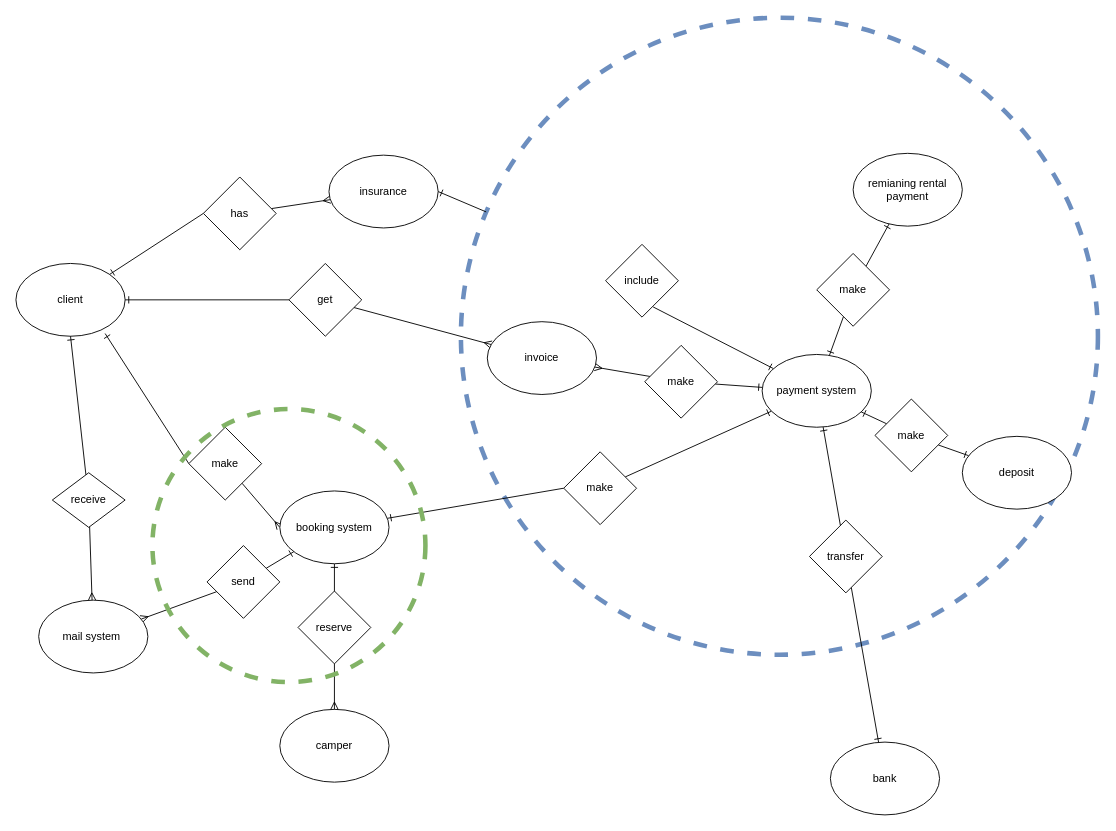
Fei-D20/The_Autocamper_rental_business keeps this draw.io diagram as page "ER" (1 of 2) of Document/Diagram/ER_DiagramCamper.drawio. Above is the earlier version. Source tidied: cells renumbered, new cells numbered last; positions are measured from the earlier drawing's top-left corner, leaving out a move shared by most shapes. Both pictures are drawn from the tidied source at 91%, with x=0, y=0 at pixel (15, 17).
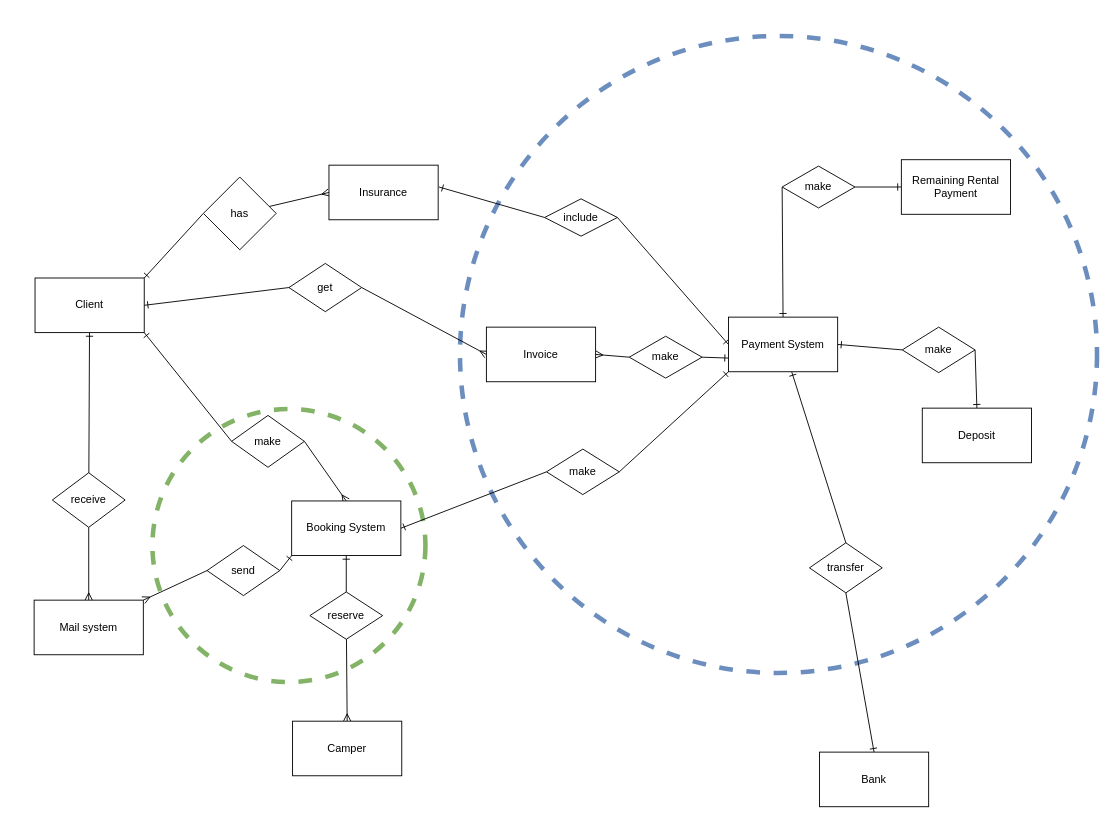
Above is the later version.

Unchanged cells that the change refers to:
```xml
<mxCell id="18" value="has" style="rhombus;whiteSpace=wrap;html=1;" parent="1" vertex="1">
  <mxGeometry x="206" y="175" width="80" height="80" as="geometry" />
</mxCell>
<mxCell id="48" value="receive" style="rhombus;whiteSpace=wrap;html=1;" parent="1" vertex="1">
  <mxGeometry x="40" y="500" width="80" height="60" as="geometry" />
</mxCell>
```

Change to the diagram source:
```diff
@@
     <mxCell id="2" style="ellipse;whiteSpace=wrap;html=1;strokeColor=#6c8ebf;fillColor=none;dashed=1;strokeWidth=5;" parent="1" vertex="1">
-      <mxGeometry x="489" width="700" height="700" as="geometry" />
+      <mxGeometry x="488" y="20" width="700" height="700" as="geometry" />
     </mxCell>
+    <mxCell id="49" style="ellipse;whiteSpace=wrap;html=1;dashed=1;strokeWidth=5;strokeColor=#82b366;fillColor=none;" parent="1" vertex="1">
+      <mxGeometry x="150" y="430" width="300" height="300" as="geometry" />
+    </mxCell>
-    <mxCell id="3" style="edgeStyle=none;rounded=0;jettySize=auto;html=1;entryX=0;entryY=0.5;entryDx=0;entryDy=0;startArrow=ERone;startFill=0;endArrow=none;endFill=0;exitX=0.817;exitY=0.963;exitDx=0;exitDy=0;exitPerimeter=0;" parent="1" edge="1" source="12" target="5">
+    <mxCell id="3" style="edgeStyle=none;rounded=0;jettySize=auto;html=1;entryX=0;entryY=0.5;entryDx=0;entryDy=0;startArrow=ERone;startFill=0;endArrow=none;endFill=0;exitX=1;exitY=1;exitDx=0;exitDy=0;" parent="1" edge="1" source="50" target="5">
       <mxGeometry relative="1" as="geometry" />
     </mxCell>
-    <mxCell id="4" style="edgeStyle=none;rounded=0;jettySize=auto;html=1;entryX=0;entryY=0.5;entryDx=0;entryDy=0;endArrow=ERmany;endFill=0;" parent="1" edge="1" source="5" target="8">
+    <mxCell id="4" style="edgeStyle=none;rounded=0;jettySize=auto;html=1;entryX=0.5;entryY=0;entryDx=0;entryDy=0;endArrow=ERmany;endFill=0;exitX=1;exitY=0.5;exitDx=0;exitDy=0;" parent="1" edge="1" source="5" target="53">
       <mxGeometry relative="1" as="geometry" />
     </mxCell>
     <mxCell id="5" value="make" style="rhombus;whiteSpace=wrap;html=1;" parent="1" vertex="1">
-      <mxGeometry x="190" y="450" width="80" height="80" as="geometry" />
+      <mxGeometry x="237" y="437" width="80" height="57" as="geometry" />
     </mxCell>
-    <mxCell id="6" style="edgeStyle=none;rounded=0;jettySize=auto;html=1;entryX=0;entryY=0.5;entryDx=0;entryDy=0;startArrow=ERone;startFill=0;endArrow=none;endFill=0;" parent="1" edge="1" source="8" target="10">
+    <mxCell id="6" style="edgeStyle=none;rounded=0;jettySize=auto;html=1;entryX=0;entryY=0.5;entryDx=0;entryDy=0;startArrow=ERone;startFill=0;endArrow=none;endFill=0;exitX=1;exitY=0.5;exitDx=0;exitDy=0;" parent="1" edge="1" source="53" target="10">
       <mxGeometry relative="1" as="geometry" />
     </mxCell>
-    <mxCell id="7" style="edgeStyle=none;rounded=0;jettySize=auto;html=1;startArrow=ERone;startFill=0;endArrow=none;endFill=0;" parent="1" edge="1" source="8" target="15">
+    <mxCell id="7" style="edgeStyle=none;rounded=0;jettySize=auto;html=1;startArrow=ERone;startFill=0;endArrow=none;endFill=0;" parent="1" edge="1" source="53" target="15">
       <mxGeometry relative="1" as="geometry" />
     </mxCell>
-    <mxCell id="8" value="booking system" style="ellipse;whiteSpace=wrap;html=1;" parent="1" vertex="1">
-      <mxGeometry x="290" y="520" width="120" height="80" as="geometry" />
-    </mxCell>
-    <mxCell id="9" style="edgeStyle=none;rounded=0;jettySize=auto;html=1;startArrow=none;startFill=0;endArrow=ERone;endFill=0;" parent="1" edge="1" source="10" target="30">
+    <mxCell id="9" style="edgeStyle=none;rounded=0;jettySize=auto;html=1;startArrow=none;startFill=0;endArrow=ERone;endFill=0;entryX=0;entryY=1;entryDx=0;entryDy=0;exitX=1;exitY=0.5;exitDx=0;exitDy=0;" parent="1" edge="1" source="10" target="57">
       <mxGeometry relative="1" as="geometry" />
     </mxCell>
     <mxCell id="10" value="make" style="rhombus;whiteSpace=wrap;html=1;" parent="1" vertex="1">
-      <mxGeometry x="602" y="477" width="80" height="80" as="geometry" />
+      <mxGeometry x="583" y="474" width="80" height="50" as="geometry" />
     </mxCell>
-    <mxCell id="11" style="rounded=0;jettySize=auto;html=1;entryX=0;entryY=0.5;entryDx=0;entryDy=0;startArrow=ERone;startFill=0;endArrow=none;endFill=0;" parent="1" edge="1" source="12" target="18">
+    <mxCell id="11" style="rounded=0;jettySize=auto;html=1;entryX=0;entryY=0.5;entryDx=0;entryDy=0;startArrow=ERone;startFill=0;endArrow=none;endFill=0;exitX=1;exitY=0;exitDx=0;exitDy=0;" parent="1" edge="1" source="50" target="18">
       <mxGeometry relative="1" as="geometry" />
     </mxCell>
-    <mxCell id="12" value="client" style="ellipse;whiteSpace=wrap;html=1;" parent="1" vertex="1">
-      <mxGeometry y="270" width="120" height="80" as="geometry" />
-    </mxCell>
-    <mxCell id="13" value="camper" style="ellipse;whiteSpace=wrap;html=1;" parent="1" vertex="1">
-      <mxGeometry x="290" y="760" width="120" height="80" as="geometry" />
-    </mxCell>
-    <mxCell id="14" style="edgeStyle=none;rounded=0;jettySize=auto;html=1;endArrow=ERmany;endFill=0;" parent="1" edge="1" source="15" target="13">
+    <mxCell id="14" style="edgeStyle=none;rounded=0;jettySize=auto;html=1;endArrow=ERmany;endFill=0;entryX=0.5;entryY=0;entryDx=0;entryDy=0;" parent="1" edge="1" source="15" target="52">
       <mxGeometry relative="1" as="geometry" />
     </mxCell>
     <mxCell id="15" value="reserve" style="rhombus;whiteSpace=wrap;html=1;" parent="1" vertex="1">
-      <mxGeometry x="310" y="630" width="80" height="80" as="geometry" />
+      <mxGeometry x="323" y="631" width="80" height="52" as="geometry" />
     </mxCell>
-    <mxCell id="16" value="remianing rental payment" style="ellipse;whiteSpace=wrap;html=1;" parent="1" vertex="1">
-      <mxGeometry x="920" y="149" width="120" height="80" as="geometry" />
-    </mxCell>
-    <mxCell id="17" style="edgeStyle=none;rounded=0;jettySize=auto;html=1;endArrow=ERmany;endFill=0;" parent="1" edge="1" source="18" target="19">
+    <mxCell id="17" style="edgeStyle=none;rounded=0;jettySize=auto;html=1;endArrow=ERmany;endFill=0;entryX=0;entryY=0.5;entryDx=0;entryDy=0;" parent="1" edge="1" source="18" target="54">
       <mxGeometry relative="1" as="geometry" />
     </mxCell>
@@
-    <mxCell id="19" value="insurance" style="ellipse;whiteSpace=wrap;html=1;" parent="1" vertex="1">
-      <mxGeometry x="344" y="151" width="120" height="80" as="geometry" />
-    </mxCell>
-    <mxCell id="20" style="edgeStyle=none;rounded=0;jettySize=auto;html=1;endArrow=ERone;endFill=0;" parent="1" edge="1" source="21" target="22">
+    <mxCell id="20" style="edgeStyle=none;rounded=0;jettySize=auto;html=1;endArrow=ERone;endFill=0;entryX=0.5;entryY=0;entryDx=0;entryDy=0;exitX=0.5;exitY=1;exitDx=0;exitDy=0;" parent="1" edge="1" source="21" target="55">
       <mxGeometry relative="1" as="geometry" />
     </mxCell>
     <mxCell id="21" value="transfer" style="rhombus;whiteSpace=wrap;html=1;" parent="1" vertex="1">
-      <mxGeometry x="872" y="552" width="80" height="80" as="geometry" />
+      <mxGeometry x="872" y="577" width="80" height="55" as="geometry" />
     </mxCell>
-    <mxCell id="22" value="bank" style="ellipse;whiteSpace=wrap;html=1;" parent="1" vertex="1">
-      <mxGeometry x="895" y="796" width="120" height="80" as="geometry" />
-    </mxCell>
-    <mxCell id="23" style="edgeStyle=none;rounded=0;jettySize=auto;html=1;entryX=1;entryY=0.5;entryDx=0;entryDy=0;endArrow=ERone;endFill=0;startArrow=none;" parent="1" edge="1" source="2" target="19">
+    <mxCell id="23" style="edgeStyle=none;rounded=0;jettySize=auto;html=1;entryX=1.008;entryY=0.4;entryDx=0;entryDy=0;endArrow=ERone;endFill=0;startArrow=none;entryPerimeter=0;exitX=0;exitY=0.5;exitDx=0;exitDy=0;" parent="1" edge="1" source="24" target="54">
       <mxGeometry relative="1" as="geometry" />
     </mxCell>
     <mxCell id="24" value="include" style="rhombus;whiteSpace=wrap;html=1;" parent="1" vertex="1">
-      <mxGeometry x="648" y="249" width="80" height="80" as="geometry" />
+      <mxGeometry x="581" y="199" width="80" height="41" as="geometry" />
     </mxCell>
-    <mxCell id="25" style="edgeStyle=none;rounded=0;jettySize=auto;html=1;startArrow=ERone;startFill=0;endArrow=none;endFill=0;" parent="1" edge="1" source="30" target="32">
+    <mxCell id="25" style="edgeStyle=none;rounded=0;jettySize=auto;html=1;startArrow=ERone;startFill=0;endArrow=none;endFill=0;exitX=0.5;exitY=0;exitDx=0;exitDy=0;entryX=0;entryY=0.5;entryDx=0;entryDy=0;" parent="1" edge="1" source="57" target="32">
       <mxGeometry relative="1" as="geometry" />
     </mxCell>
-    <mxCell id="26" style="edgeStyle=none;rounded=0;jettySize=auto;html=1;entryX=0.653;entryY=0.86;entryDx=0;entryDy=0;entryPerimeter=0;startArrow=ERone;startFill=0;endArrow=none;endFill=0;" parent="1" edge="1" source="30" target="24">
+    <mxCell id="26" style="edgeStyle=none;rounded=0;jettySize=auto;html=1;entryX=1;entryY=0.5;entryDx=0;entryDy=0;startArrow=ERone;startFill=0;endArrow=none;endFill=0;exitX=0;exitY=0.5;exitDx=0;exitDy=0;" parent="1" edge="1" source="57" target="24">
       <mxGeometry relative="1" as="geometry" />
     </mxCell>
-    <mxCell id="27" style="edgeStyle=none;rounded=0;jettySize=auto;html=1;startArrow=ERone;startFill=0;endArrow=none;endFill=0;" parent="1" edge="1" source="30" target="34">
+    <mxCell id="27" style="edgeStyle=none;rounded=0;jettySize=auto;html=1;startArrow=ERone;startFill=0;endArrow=none;endFill=0;exitX=1;exitY=0.5;exitDx=0;exitDy=0;entryX=0;entryY=0.5;entryDx=0;entryDy=0;" parent="1" edge="1" source="57" target="34">
       <mxGeometry relative="1" as="geometry" />
     </mxCell>
-    <mxCell id="28" style="edgeStyle=none;rounded=0;jettySize=auto;html=1;startArrow=ERone;startFill=0;endArrow=none;endFill=0;" parent="1" edge="1" source="30" target="37">
+    <mxCell id="28" style="edgeStyle=none;rounded=0;jettySize=auto;html=1;startArrow=ERone;startFill=0;endArrow=none;endFill=0;exitX=0;exitY=0.75;exitDx=0;exitDy=0;entryX=1;entryY=0.5;entryDx=0;entryDy=0;" parent="1" edge="1" source="57" target="37">
       <mxGeometry relative="1" as="geometry" />
     </mxCell>
-    <mxCell id="29" style="edgeStyle=none;rounded=0;jettySize=auto;html=1;endArrow=none;endFill=0;startArrow=ERone;startFill=0;" parent="1" edge="1" source="30" target="21">
+    <mxCell id="29" style="edgeStyle=none;rounded=0;jettySize=auto;html=1;endArrow=none;endFill=0;startArrow=ERone;startFill=0;entryX=0.5;entryY=0;entryDx=0;entryDy=0;" parent="1" edge="1" source="57" target="21">
       <mxGeometry relative="1" as="geometry" />
     </mxCell>
-    <mxCell id="30" value="payment system" style="ellipse;whiteSpace=wrap;html=1;" parent="1" vertex="1">
-      <mxGeometry x="820" y="370" width="120" height="80" as="geometry" />
-    </mxCell>
-    <mxCell id="31" style="edgeStyle=none;rounded=0;jettySize=auto;html=1;endArrow=ERone;endFill=0;" parent="1" edge="1" source="32" target="16">
+    <mxCell id="31" style="edgeStyle=none;rounded=0;jettySize=auto;html=1;endArrow=ERone;endFill=0;entryX=0;entryY=0.5;entryDx=0;entryDy=0;exitX=1;exitY=0.5;exitDx=0;exitDy=0;" parent="1" edge="1" source="32" target="58">
       <mxGeometry relative="1" as="geometry" />
     </mxCell>
     <mxCell id="32" value="make" style="rhombus;whiteSpace=wrap;html=1;" parent="1" vertex="1">
-      <mxGeometry x="880" y="259" width="80" height="80" as="geometry" />
+      <mxGeometry x="842" y="163" width="80" height="46" as="geometry" />
     </mxCell>
-    <mxCell id="33" style="edgeStyle=none;rounded=0;jettySize=auto;html=1;endArrow=ERone;endFill=0;" parent="1" edge="1" source="34" target="35">
+    <mxCell id="33" style="edgeStyle=none;rounded=0;jettySize=auto;html=1;endArrow=ERone;endFill=0;entryX=0.5;entryY=0;entryDx=0;entryDy=0;exitX=1;exitY=0.5;exitDx=0;exitDy=0;" parent="1" edge="1" source="34" target="59">
       <mxGeometry relative="1" as="geometry" />
     </mxCell>
     <mxCell id="34" value="make" style="rhombus;whiteSpace=wrap;html=1;" parent="1" vertex="1">
-      <mxGeometry x="944" y="419" width="80" height="80" as="geometry" />
+      <mxGeometry x="974" y="340" width="80" height="50" as="geometry" />
     </mxCell>
-    <mxCell id="35" value="deposit" style="ellipse;whiteSpace=wrap;html=1;" parent="1" vertex="1">
-      <mxGeometry x="1040" y="460" width="120" height="80" as="geometry" />
-    </mxCell>
-    <mxCell id="36" style="edgeStyle=none;rounded=0;jettySize=auto;html=1;startArrow=none;startFill=0;endArrow=ERmany;endFill=0;" parent="1" edge="1" source="37" target="39">
+    <mxCell id="36" style="edgeStyle=none;rounded=0;jettySize=auto;html=1;startArrow=none;startFill=0;endArrow=ERmany;endFill=0;entryX=1;entryY=0.5;entryDx=0;entryDy=0;exitX=0;exitY=0.5;exitDx=0;exitDy=0;" parent="1" edge="1" source="37" target="56">
       <mxGeometry relative="1" as="geometry" />
     </mxCell>
     <mxCell id="37" value="make" style="rhombus;whiteSpace=wrap;html=1;" parent="1" vertex="1">
-      <mxGeometry x="691" y="360" width="80" height="80" as="geometry" />
+      <mxGeometry x="674" y="350" width="80" height="46" as="geometry" />
     </mxCell>
-    <mxCell id="38" style="edgeStyle=none;rounded=0;jettySize=auto;html=1;startArrow=ERmany;startFill=0;endArrow=none;endFill=0;" parent="1" edge="1" source="39" target="46">
+    <mxCell id="38" style="edgeStyle=none;rounded=0;jettySize=auto;html=1;startArrow=ERmany;startFill=0;endArrow=none;endFill=0;exitX=0;exitY=0.5;exitDx=0;exitDy=0;entryX=1;entryY=0.5;entryDx=0;entryDy=0;" parent="1" edge="1" source="56" target="46">
       <mxGeometry relative="1" as="geometry" />
     </mxCell>
-    <mxCell id="39" value="invoice" style="ellipse;whiteSpace=wrap;html=1;" parent="1" vertex="1">
-      <mxGeometry x="518" y="334" width="120" height="80" as="geometry" />
-    </mxCell>
-    <mxCell id="40" style="edgeStyle=none;rounded=0;jettySize=auto;html=1;startArrow=none;startFill=0;endArrow=ERmany;endFill=0;" parent="1" edge="1" source="42" target="44">
+    <mxCell id="40" style="edgeStyle=none;rounded=0;jettySize=auto;html=1;startArrow=none;startFill=0;endArrow=ERmany;endFill=0;entryX=1;entryY=0;entryDx=0;entryDy=0;exitX=0;exitY=0.5;exitDx=0;exitDy=0;" parent="1" edge="1" source="42" target="51">
       <mxGeometry relative="1" as="geometry" />
     </mxCell>
-    <mxCell id="41" style="rounded=0;jettySize=auto;html=1;startArrow=none;startFill=0;endArrow=ERone;endFill=0;" parent="1" edge="1" source="42" target="8">
+    <mxCell id="41" style="rounded=0;jettySize=auto;html=1;startArrow=none;startFill=0;endArrow=ERone;endFill=0;entryX=0;entryY=1;entryDx=0;entryDy=0;exitX=1;exitY=0.5;exitDx=0;exitDy=0;" parent="1" edge="1" source="42" target="53">
       <mxGeometry relative="1" as="geometry" />
     </mxCell>
     <mxCell id="42" value="send" style="rhombus;whiteSpace=wrap;html=1;" parent="1" vertex="1">
-      <mxGeometry x="210" y="580" width="80" height="80" as="geometry" />
+      <mxGeometry x="210" y="580" width="80" height="55" as="geometry" />
     </mxCell>
-    <mxCell id="43" style="edgeStyle=none;rounded=0;jettySize=auto;html=1;startArrow=ERmany;startFill=0;endArrow=none;endFill=0;" parent="1" edge="1" source="44" target="48">
+    <mxCell id="43" style="edgeStyle=none;rounded=0;jettySize=auto;html=1;startArrow=ERmany;startFill=0;endArrow=none;endFill=0;exitX=0.5;exitY=0;exitDx=0;exitDy=0;" parent="1" edge="1" source="51" target="48">
       <mxGeometry relative="1" as="geometry" />
     </mxCell>
-    <mxCell id="44" value="mail system&amp;nbsp;" style="ellipse;whiteSpace=wrap;html=1;" parent="1" vertex="1">
-      <mxGeometry x="25" y="640" width="120" height="80" as="geometry" />
-    </mxCell>
-    <mxCell id="45" style="edgeStyle=none;rounded=0;jettySize=auto;html=1;startArrow=none;startFill=0;endArrow=ERone;endFill=0;" parent="1" edge="1" source="46" target="12">
+    <mxCell id="45" style="edgeStyle=none;rounded=0;jettySize=auto;html=1;startArrow=none;startFill=0;endArrow=ERone;endFill=0;entryX=1;entryY=0.5;entryDx=0;entryDy=0;exitX=0;exitY=0.5;exitDx=0;exitDy=0;" parent="1" edge="1" source="46" target="50">
       <mxGeometry relative="1" as="geometry" />
     </mxCell>
     <mxCell id="46" value="get" style="rhombus;whiteSpace=wrap;html=1;" parent="1" vertex="1">
-      <mxGeometry x="300" y="270" width="80" height="80" as="geometry" />
+      <mxGeometry x="300" y="270" width="80" height="53" as="geometry" />
     </mxCell>
-    <mxCell id="47" style="edgeStyle=none;rounded=0;jettySize=auto;html=1;entryX=0.5;entryY=1;entryDx=0;entryDy=0;startArrow=none;startFill=0;endArrow=ERone;endFill=0;" parent="1" edge="1" source="48" target="12">
+    <mxCell id="47" style="edgeStyle=none;rounded=0;jettySize=auto;html=1;startArrow=none;startFill=0;endArrow=ERone;endFill=0;" parent="1" edge="1" source="48" target="50">
       <mxGeometry relative="1" as="geometry" />
     </mxCell>
@@
-    <mxCell id="49" style="ellipse;whiteSpace=wrap;html=1;dashed=1;strokeWidth=5;strokeColor=#82b366;fillColor=none;" parent="1" vertex="1">
-      <mxGeometry x="150" y="430" width="300" height="300" as="geometry" />
-    </mxCell>
+    <mxCell id="50" value="Client" style="rounded=0;whiteSpace=wrap;html=1;" parent="1" vertex="1">
+      <mxGeometry x="21" y="286" width="120" height="60" as="geometry" />
+    </mxCell>
+    <mxCell id="51" value="Mail system" style="rounded=0;whiteSpace=wrap;html=1;" parent="1" vertex="1">
+      <mxGeometry x="20" y="640" width="120" height="60" as="geometry" />
+    </mxCell>
+    <mxCell id="52" value="Camper" style="rounded=0;whiteSpace=wrap;html=1;" parent="1" vertex="1">
+      <mxGeometry x="304" y="773" width="120" height="60" as="geometry" />
+    </mxCell>
+    <mxCell id="53" value="Booking System" style="rounded=0;whiteSpace=wrap;html=1;" parent="1" vertex="1">
+      <mxGeometry x="303" y="531" width="120" height="60" as="geometry" />
+    </mxCell>
+    <mxCell id="54" value="Insurance" style="rounded=0;whiteSpace=wrap;html=1;" parent="1" vertex="1">
+      <mxGeometry x="344" y="162" width="120" height="60" as="geometry" />
+    </mxCell>
+    <mxCell id="55" value="Bank" style="rounded=0;whiteSpace=wrap;html=1;" parent="1" vertex="1">
+      <mxGeometry x="883" y="807" width="120" height="60" as="geometry" />
+    </mxCell>
+    <mxCell id="56" value="Invoice" style="rounded=0;whiteSpace=wrap;html=1;" parent="1" vertex="1">
+      <mxGeometry x="517" y="340" width="120" height="60" as="geometry" />
+    </mxCell>
+    <mxCell id="57" value="Payment System" style="rounded=0;whiteSpace=wrap;html=1;" parent="1" vertex="1">
+      <mxGeometry x="783" y="329" width="120" height="60" as="geometry" />
+    </mxCell>
+    <mxCell id="58" value="Remaining Rental Payment" style="rounded=0;whiteSpace=wrap;html=1;" parent="1" vertex="1">
+      <mxGeometry x="973" y="156" width="120" height="60" as="geometry" />
+    </mxCell>
+    <mxCell id="59" value="Deposit" style="rounded=0;whiteSpace=wrap;html=1;" parent="1" vertex="1">
+      <mxGeometry x="996" y="429" width="120" height="60" as="geometry" />
+    </mxCell>
```
